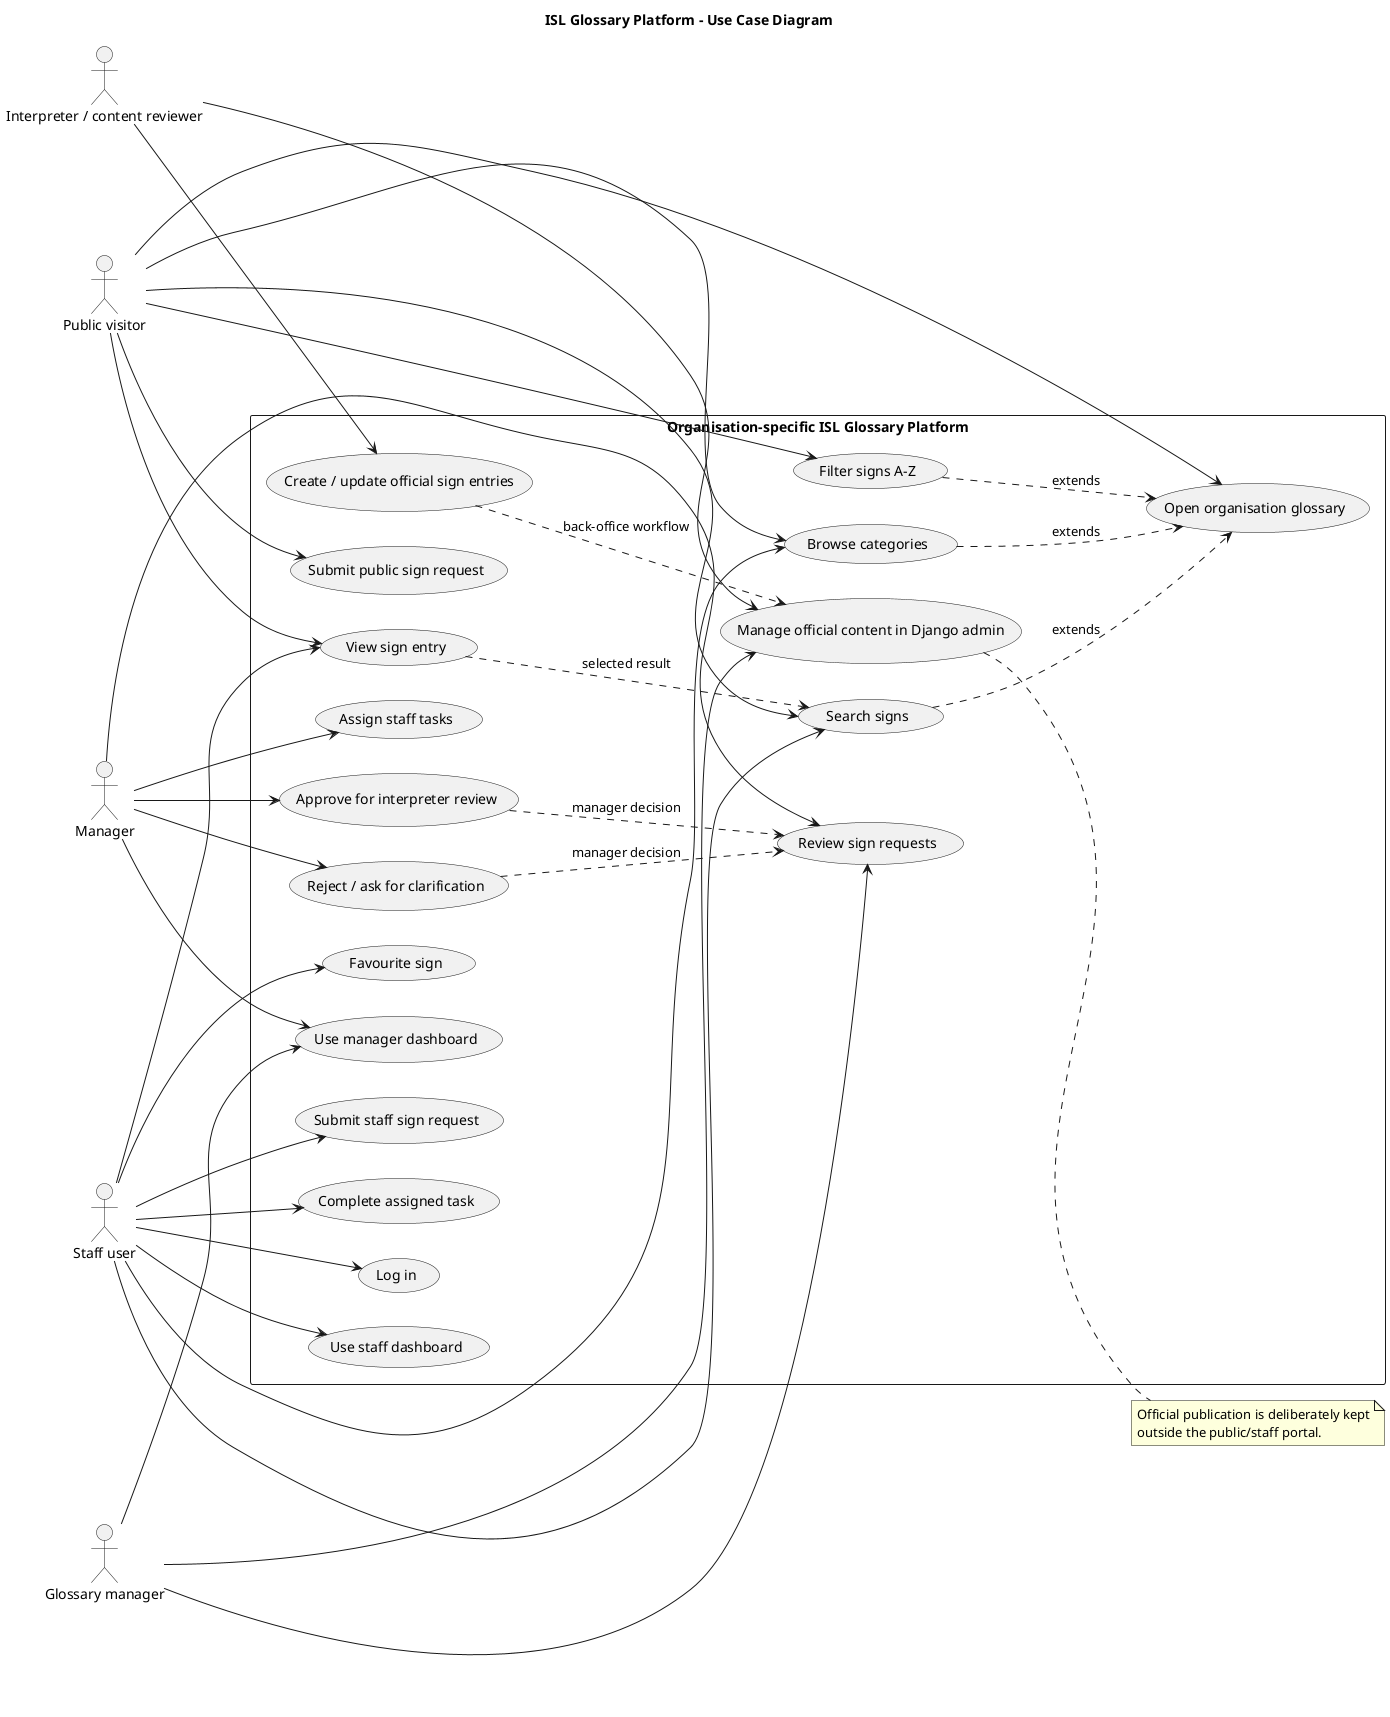
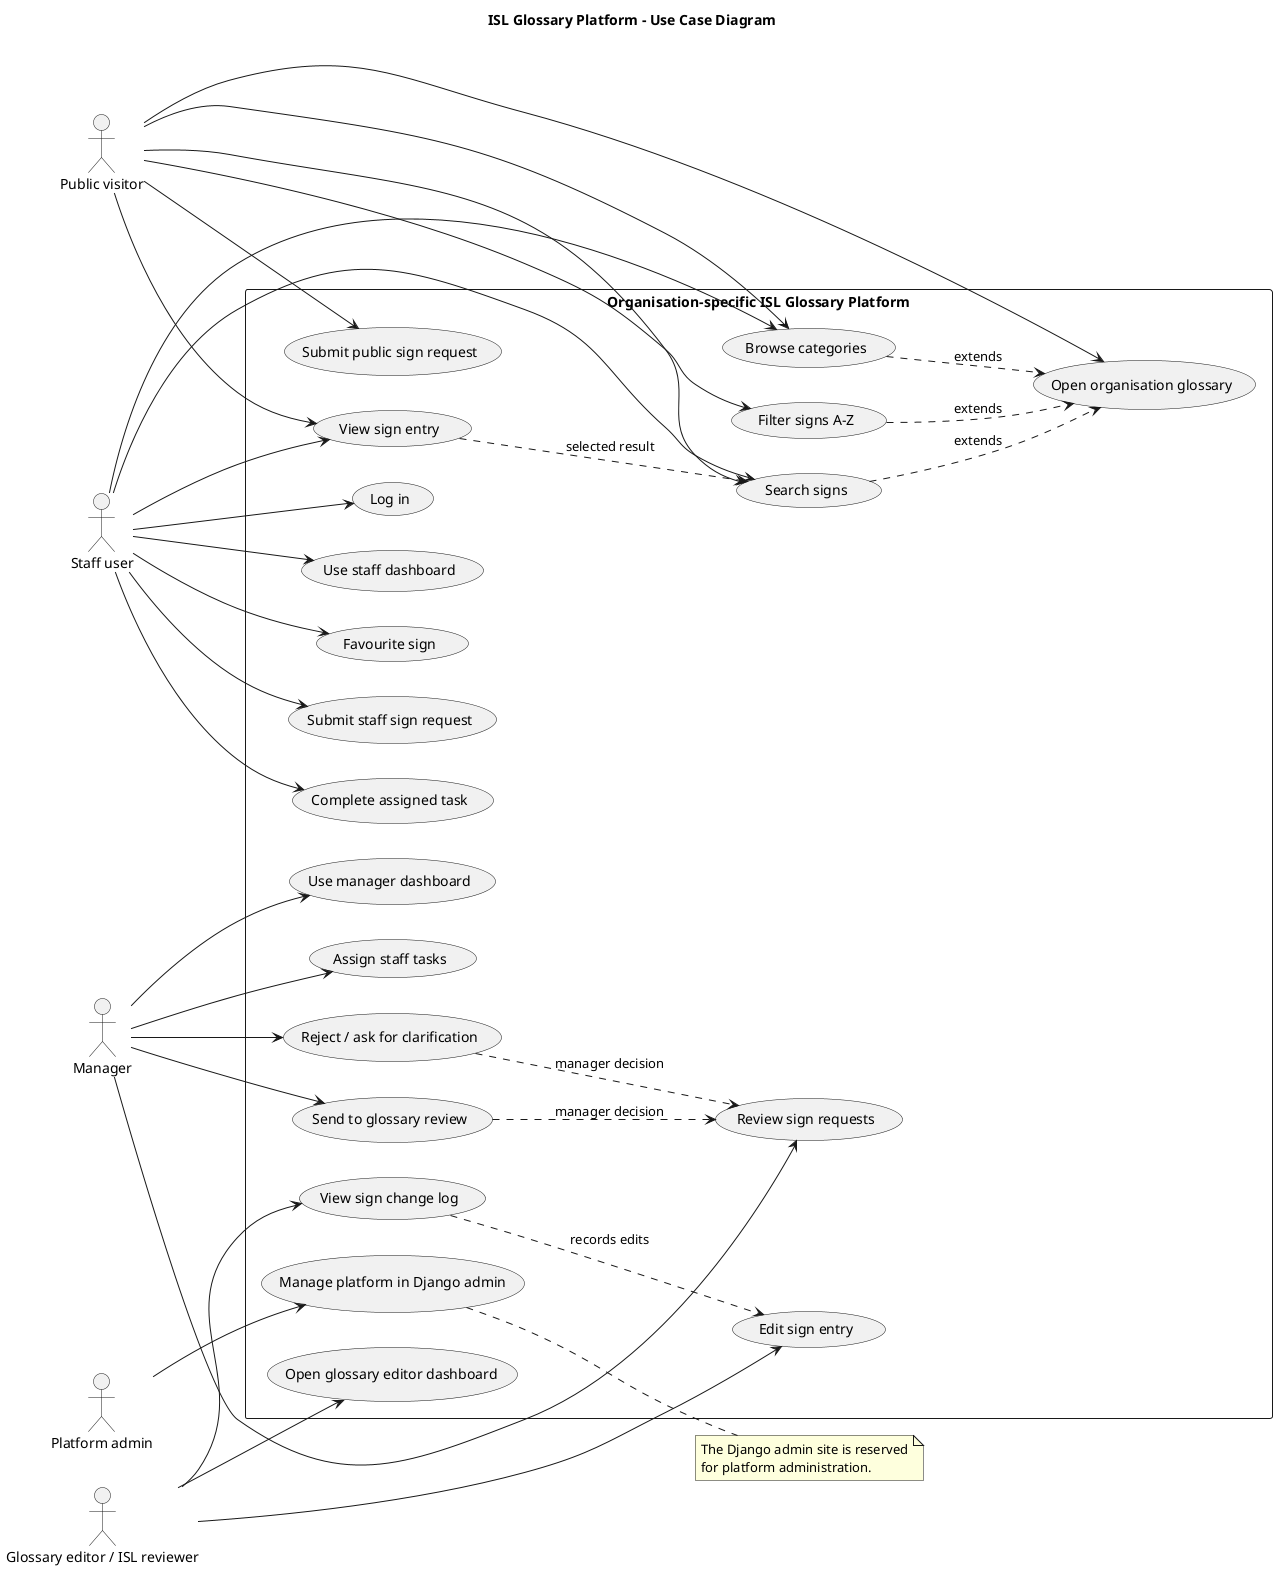
@startuml
title ISL Glossary Platform - Use Case Diagram

left to right direction
skinparam packageStyle rectangle
skinparam shadowing false

actor "Public visitor" as Visitor
actor "Staff user" as Staff
actor "Manager" as Manager
- actor "Glossary manager" as GlossaryManager
- actor "Interpreter / content reviewer" as Reviewer
+ actor "Glossary editor / ISL reviewer" as GlossaryEditor
+ actor "Platform admin" as PlatformAdmin

rectangle "Organisation-specific ISL Glossary Platform" {
  usecase "Open organisation glossary" as UC_Open
  usecase "Browse categories" as UC_Browse
  usecase "Search signs" as UC_Search
  usecase "Filter signs A-Z" as UC_Filter
  usecase "View sign entry" as UC_View
  usecase "Submit public sign request" as UC_PublicRequest

  usecase "Log in" as UC_Login
  usecase "Use staff dashboard" as UC_StaffDashboard
  usecase "Favourite sign" as UC_Favourite
  usecase "Submit staff sign request" as UC_StaffRequest
  usecase "Complete assigned task" as UC_Task

  usecase "Use manager dashboard" as UC_ManagerDashboard
  usecase "Assign staff tasks" as UC_AssignTask
  usecase "Review sign requests" as UC_Review
-   usecase "Approve for interpreter review" as UC_Approve
+   usecase "Send to glossary review" as UC_Approve
  usecase "Reject / ask for clarification" as UC_Clarify

-   usecase "Manage official content in Django admin" as UC_Admin
-   usecase "Create / update official sign entries" as UC_Content
+   usecase "Open glossary editor dashboard" as UC_EditorDashboard
+   usecase "Edit sign entry" as UC_Content
+   usecase "View sign change log" as UC_Log
+   usecase "Manage platform in Django admin" as UC_Admin
}

Visitor --> UC_Open
Visitor --> UC_Browse
Visitor --> UC_Search
Visitor --> UC_Filter
Visitor --> UC_View
Visitor --> UC_PublicRequest

Staff --> UC_Login
Staff --> UC_StaffDashboard
Staff --> UC_Favourite
Staff --> UC_StaffRequest
Staff --> UC_Task
Staff --> UC_Browse
Staff --> UC_Search
Staff --> UC_View

Manager --> UC_ManagerDashboard
Manager --> UC_AssignTask
Manager --> UC_Review
Manager --> UC_Approve
Manager --> UC_Clarify

- GlossaryManager --> UC_ManagerDashboard
- GlossaryManager --> UC_Review
- GlossaryManager --> UC_Admin
+ GlossaryEditor --> UC_EditorDashboard
+ GlossaryEditor --> UC_Content
+ GlossaryEditor --> UC_Log

- Reviewer --> UC_Admin
- Reviewer --> UC_Content
+ PlatformAdmin --> UC_Admin

UC_Browse ..> UC_Open : extends
UC_Search ..> UC_Open : extends
UC_Filter ..> UC_Open : extends
UC_View ..> UC_Search : selected result
UC_Approve ..> UC_Review : manager decision
UC_Clarify ..> UC_Review : manager decision
- UC_Content ..> UC_Admin : back-office workflow
+ UC_Log ..> UC_Content : records edits

note right of UC_Admin
- Official publication is deliberately kept
- outside the public/staff portal.
+ The Django admin site is reserved
+ for platform administration.
end note

@enduml
